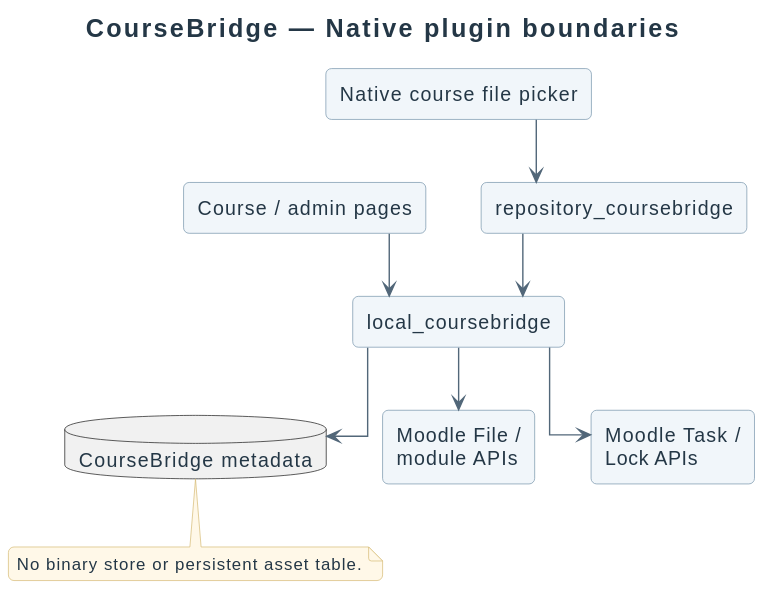
Above: docs/diagrams/design/components.svg in didactika/moodle-local_coursefiles (PlantUML), before the change.
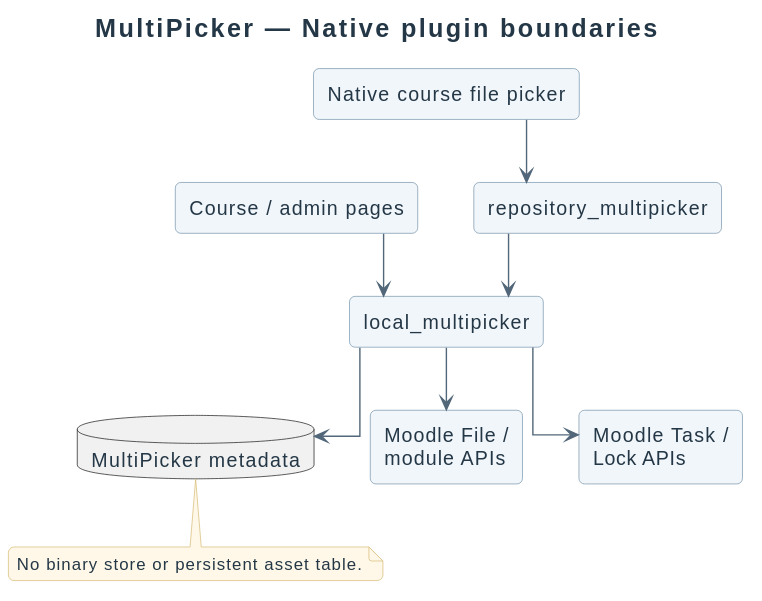
After the change.

What changed in the source:
```diff
@@ -1,12 +1,12 @@
 @startuml
 !include ../_style.puml
-title CourseBridge — Native plugin boundaries
+title MultiPicker — Native plugin boundaries
 top to bottom direction
 component "Native course file picker" as Picker
 component "Course / admin pages" as Pages
-component repository_coursebridge as Repository
-component local_coursebridge as Local
-database "CourseBridge metadata" as Metadata
+component repository_multipicker as Repository
+component local_multipicker as Local
+database "MultiPicker metadata" as Metadata
 component "Moodle File /\nmodule APIs" as Files
 component "Moodle Task /\nLock APIs" as Tasks
 Picker --> Repository
```
